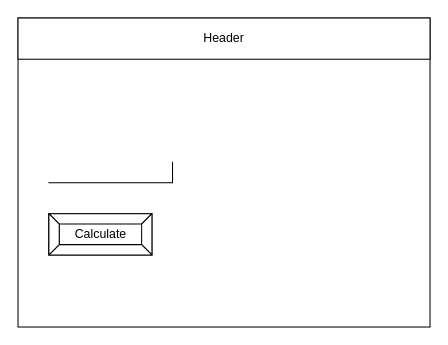
Before: page "Page-1" (1 of 2) of design/story-board.drawio in ashley-monaghan/ICS2OR-Assignment-4, a draw.io diagram. Source tidied: cells renumbered, new cells numbered last; positions are measured from the earlier drawing's top-left corner, leaving out a move shared by most shapes. Both pictures are drawn from the tidied source at 103%, with x=0, y=0 at pixel (18, 18).
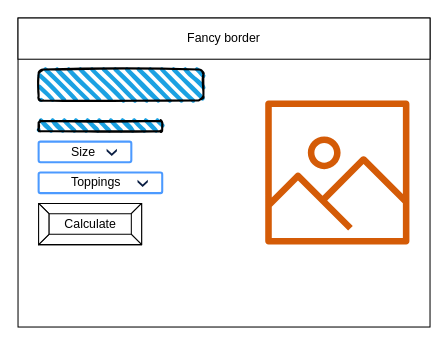
The same page after the edit.

Diff of the diagram source:
```diff
@@
 <mxGraphModel>
   <root>
     <mxCell id="0" />
     <mxCell id="1" parent="0" />
     <mxCell id="2" style="rounded=0;whiteSpace=wrap;html=1;" parent="1" vertex="1">
       <mxGeometry width="400" height="300" as="geometry" />
     </mxCell>
-    <mxCell id="3" value="Header" style="rounded=0;whiteSpace=wrap;html=1;" parent="1" vertex="1">
+    <mxCell id="3" value="Fancy border" style="rounded=0;whiteSpace=wrap;html=1;" parent="1" vertex="1">
       <mxGeometry width="400" height="40" as="geometry" />
     </mxCell>
-    <mxCell id="4" style="shape=partialRectangle;whiteSpace=wrap;html=1;top=0;left=0;fillColor=none;" parent="1" vertex="1">
-      <mxGeometry x="30" y="140" width="120" height="20" as="geometry" />
-    </mxCell>
     <mxCell id="5" value="Calculate" style="labelPosition=center;verticalLabelPosition=middle;align=center;html=1;shape=mxgraph.basic.button;dx=10;" parent="1" vertex="1">
-      <mxGeometry x="30" y="190" width="100" height="40" as="geometry" />
+      <mxGeometry x="20" y="180" width="100" height="40" as="geometry" />
     </mxCell>
+    <mxCell id="6" style="sketch=0;fontColor=#232F3E;gradientColor=none;fillColor=#D45B07;strokeColor=none;dashed=0;verticalLabelPosition=bottom;verticalAlign=top;align=center;html=1;fontSize=12;fontStyle=0;shape=mxgraph.aws4.container_registry_image;" parent="1" vertex="1">
+      <mxGeometry x="240" y="80" width="140" height="140" as="geometry" />
+    </mxCell>
+    <mxCell id="7" style="rounded=1;whiteSpace=wrap;html=1;strokeWidth=2;fillWeight=4;hachureGap=8;hachureAngle=45;fillColor=#1ba1e2;sketch=1;" parent="1" vertex="1">
+      <mxGeometry x="20" y="50" width="160" height="30" as="geometry" />
+    </mxCell>
+    <mxCell id="8" style="rounded=1;whiteSpace=wrap;html=1;strokeWidth=2;fillWeight=4;hachureGap=8;hachureAngle=45;fillColor=#1ba1e2;sketch=1;" parent="1" vertex="1">
+      <mxGeometry x="20" y="100" width="120" height="10" as="geometry" />
+    </mxCell>
+    <mxCell id="9" value="Size" style="rounded=1;arcSize=9;fillColor=#ffffff;strokeColor=#4C9AFF;html=1;strokeWidth=2;spacingLeft=30;fontColor=#000000;align=left;" parent="1" vertex="1">
+      <mxGeometry x="20" y="120" width="90" height="20" as="geometry" />
+    </mxCell>
+    <mxCell id="10" style="shape=step;whiteSpace=wrap;html=1;rounded=0;strokeColor=none;strokeWidth=2;fillColor=#0A1E43;gradientColor=none;fontFamily=Verdana;fontSize=14;fontColor=#000000;align=left;direction=south;size=0.65;" parent="9" vertex="1">
+      <mxGeometry x="1" y="0.5" width="10" height="7" relative="1" as="geometry">
+        <mxPoint x="-24" y="-3" as="offset" />
+      </mxGeometry>
+    </mxCell>
+    <mxCell id="11" value="Toppings" style="rounded=1;arcSize=9;fillColor=#ffffff;strokeColor=#4C9AFF;html=1;strokeWidth=2;spacingLeft=30;fontColor=#000000;align=left;" parent="1" vertex="1">
+      <mxGeometry x="20" y="150" width="120" height="20" as="geometry" />
+    </mxCell>
+    <mxCell id="12" style="shape=step;whiteSpace=wrap;html=1;rounded=0;strokeColor=none;strokeWidth=2;fillColor=#0A1E43;gradientColor=none;fontFamily=Verdana;fontSize=14;fontColor=#000000;align=left;direction=south;size=0.65;" parent="11" vertex="1">
+      <mxGeometry x="1" y="0.5" width="10" height="7" relative="1" as="geometry">
+        <mxPoint x="-24" y="-3" as="offset" />
+      </mxGeometry>
+    </mxCell>
   </root>
 </mxGraphModel>
```
